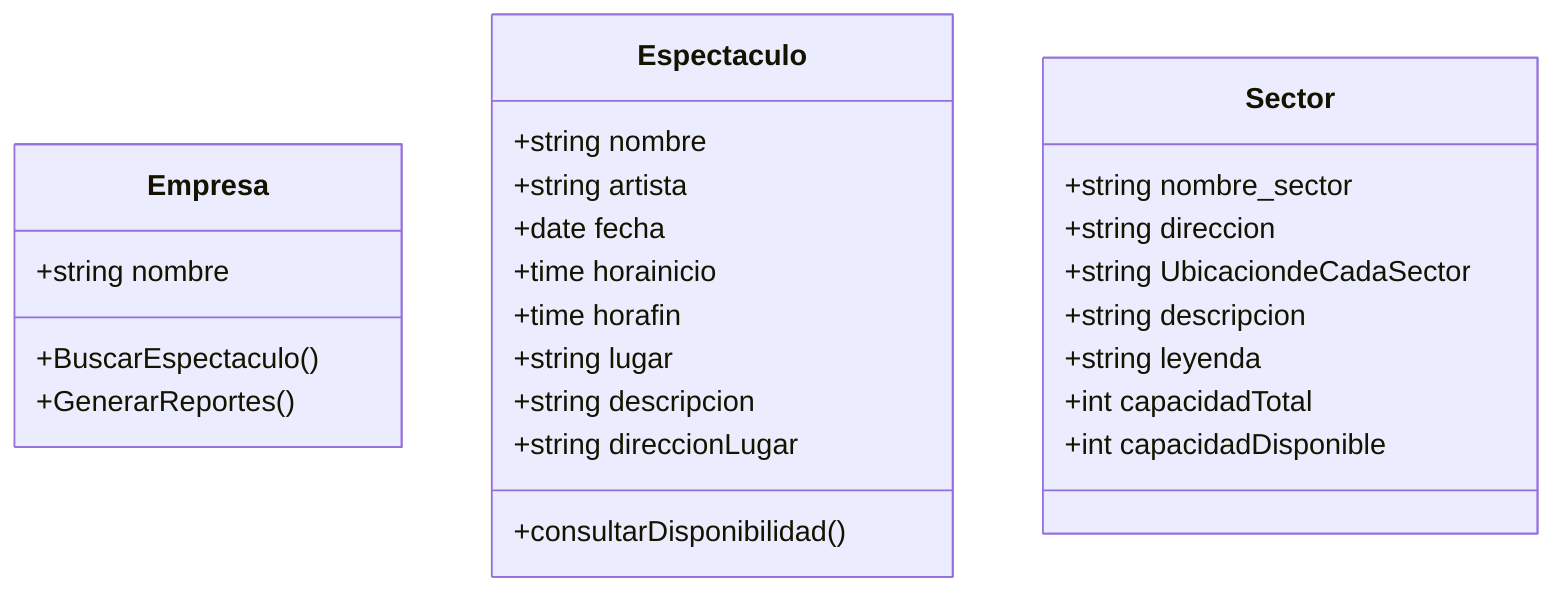
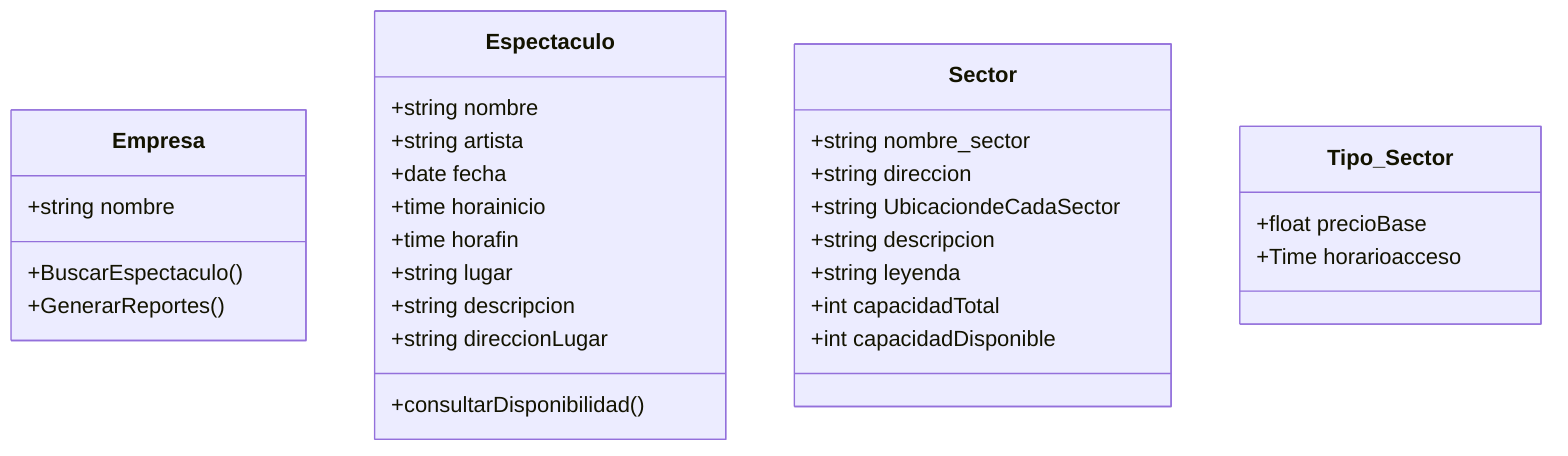
classDiagram
    class Empresa {
        +string nombre
        +BuscarEspectaculo()
        +GenerarReportes()
        }

    class Espectaculo {
        +string nombre
        +string artista
        +date fecha
        +time horainicio
        +time horafin
        +string lugar
        +string descripcion
        +string direccionLugar
        +consultarDisponibilidad()
    }

    class Sector {
        +string nombre_sector
        +string direccion
        +string UbicaciondeCadaSector
        +string  descripcion
        +string leyenda
        +int capacidadTotal
        +int capacidadDisponible

    }

+     class Tipo_Sector {
+         +float precioBase
+         +Time horarioacceso
+     }
+ 
